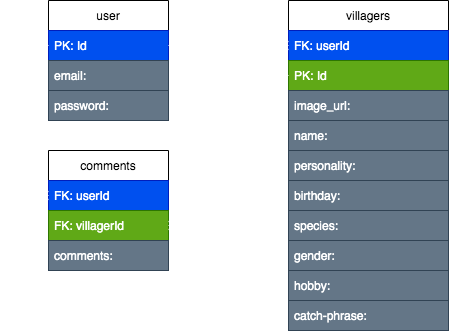
Before: erd.drawio.png, a diagram exported from draw.io (PvrkFvmily/project-2). Source tidied: cells renumbered, new cells last; positions are measured from the earlier drawing's top-left corner, leaving out a move shared by most shapes.
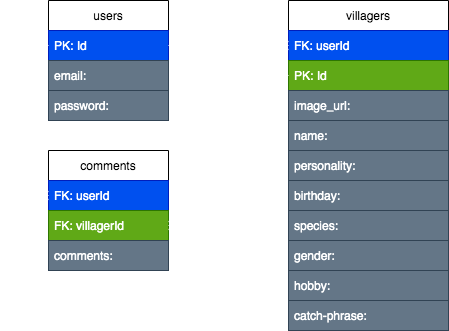
Above is the later version.

Commit message:
changed restful-route

Diff of the diagram source:
```diff
@@ -2,7 +2,7 @@
   <root>
     <mxCell id="0" />
     <mxCell id="1" parent="0" />
-    <mxCell id="2" value="user" style="swimlane;fontStyle=0;horizontal=1;startSize=30;" parent="1" vertex="1">
+    <mxCell id="2" value="users" style="swimlane;fontStyle=0;horizontal=1;startSize=30;" parent="1" vertex="1">
       <mxGeometry x="40" width="120" height="120" as="geometry" />
     </mxCell>
     <mxCell id="3" value="PK: Id" style="text;strokeColor=#001DBC;fillColor=#0050ef;align=left;verticalAlign=middle;spacingLeft=4;spacingRight=4;overflow=hidden;points=[[0,0.5],[1,0.5]];portConstraint=eastwest;fontColor=#ffffff;" parent="2" vertex="1">
```
